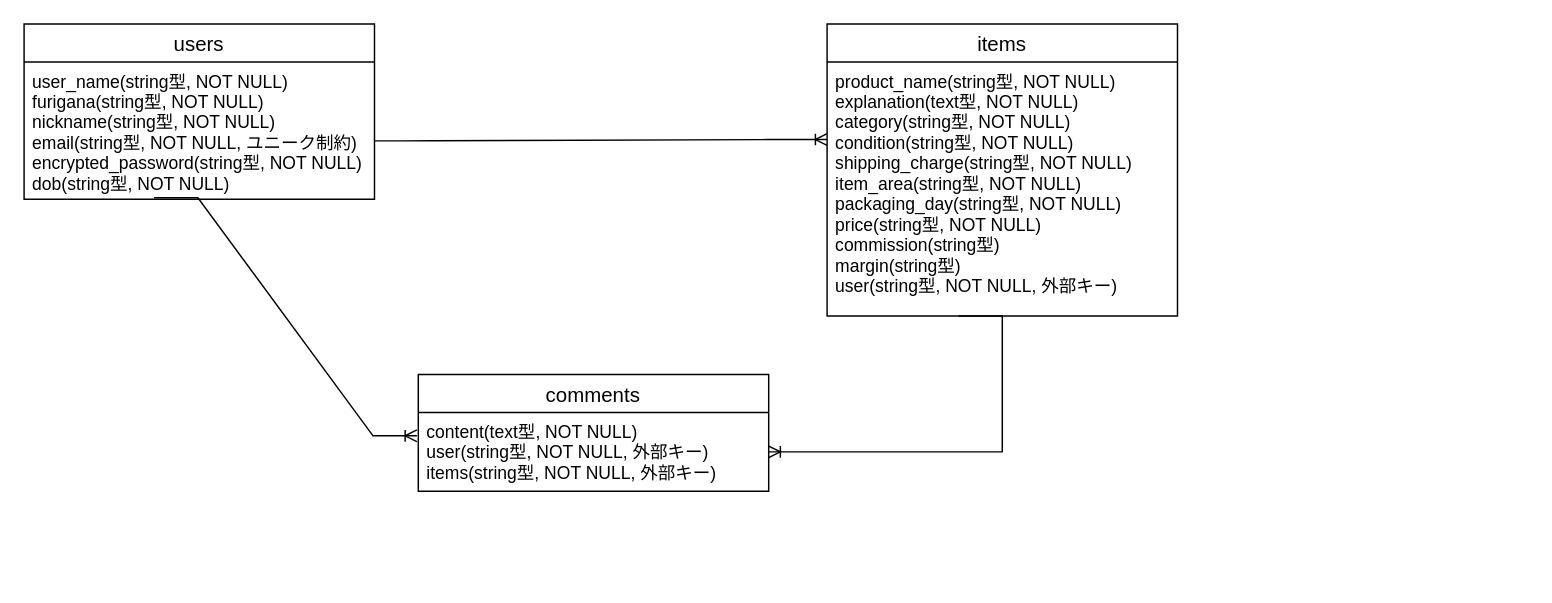
This is ER.dio from taaa0905/furima-37357, a draw.io file, before an edit. Source tidied: cells renumbered, new cells numbered last; positions are measured from the earlier drawing's top-left corner, leaving out a move shared by most shapes. Both pictures are drawn from the tidied source at 146%, with x=0, y=0 at pixel (23, 23).
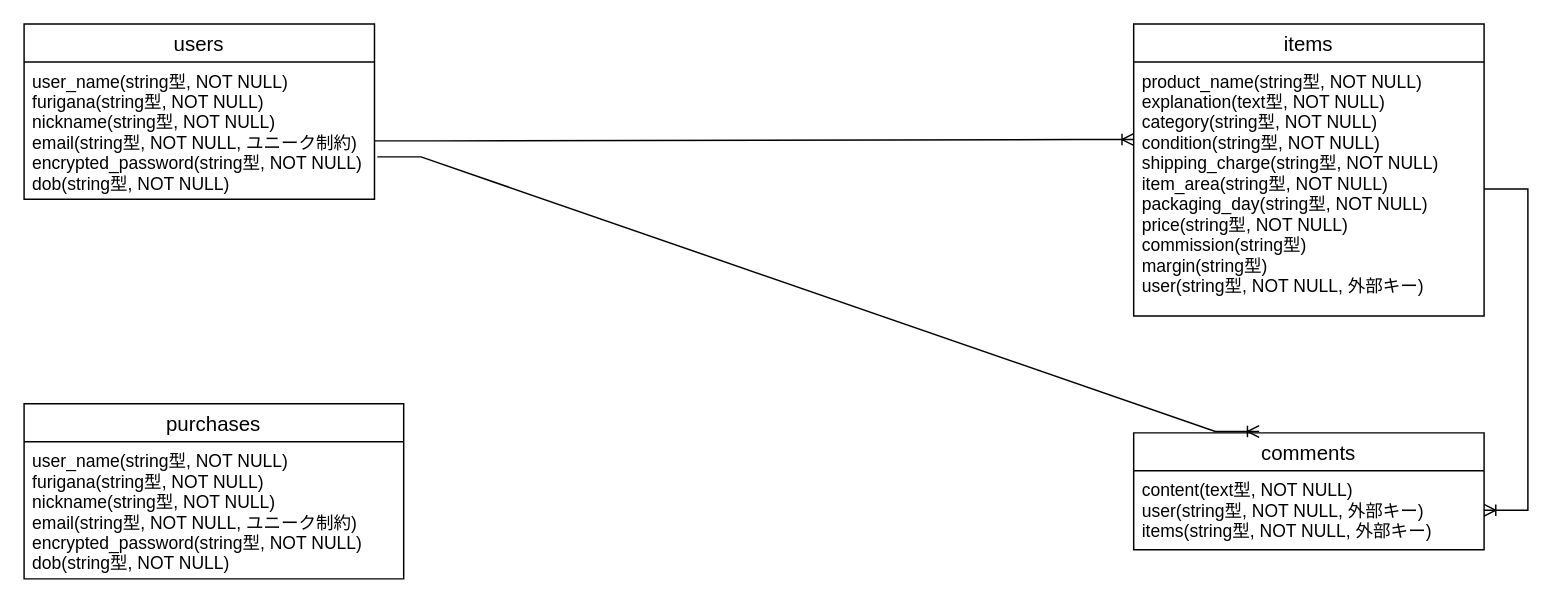
After the change.

Commit message (it also covers changes not shown here):
readmeに商品管理、住所テーブルを追加

The edit, as a diff of the source:
```diff
@@
 <mxGraphModel>
   <root>
     <mxCell id="0" />
     <mxCell id="1" parent="0" />
     <mxCell id="2" value="users" style="swimlane;fontStyle=0;horizontal=1;startSize=26;align=center;fontSize=14;" parent="1" vertex="1">
       <mxGeometry width="240" height="120" as="geometry" />
     </mxCell>
     <mxCell id="3" value="user_name(string型, NOT NULL)&#10;furigana(string型, NOT NULL)&#10;nickname(string型, NOT NULL)&#10;email(string型, NOT NULL, ユニーク制約)&#10;encrypted_password(string型, NOT NULL)&#10;dob(string型, NOT NULL)" style="text;strokeColor=none;fillColor=none;spacingLeft=4;spacingRight=4;overflow=hidden;points=[[0,0.5],[1,0.5]];portConstraint=eastwest;fontSize=12;" parent="2" vertex="1">
       <mxGeometry y="26" width="240" height="94" as="geometry" />
     </mxCell>
     <mxCell id="4" value="items" style="swimlane;fontStyle=0;horizontal=1;startSize=26;align=center;fontSize=14;" parent="1" vertex="1">
-      <mxGeometry x="550" width="240" height="200" as="geometry" />
+      <mxGeometry x="760" width="240" height="200" as="geometry" />
     </mxCell>
     <mxCell id="5" value="product_name(string型, NOT NULL)&#10;explanation(text型, NOT NULL)&#10;category(string型, NOT NULL)&#10;condition(string型, NOT NULL)&#10;shipping_charge(string型, NOT NULL)&#10;item_area(string型, NOT NULL)&#10;packaging_day(string型, NOT NULL)&#10;price(string型, NOT NULL)&#10;commission(string型)&#10;margin(string型)&#10;user(string型, NOT NULL, 外部キー)&#10;&#10;" style="text;strokeColor=none;fillColor=none;spacingLeft=4;spacingRight=4;overflow=hidden;points=[[0,0.5],[1,0.5]];portConstraint=eastwest;fontSize=12;" parent="4" vertex="1">
       <mxGeometry y="26" width="240" height="174" as="geometry" />
     </mxCell>
     <mxCell id="6" value="comments" style="swimlane;fontStyle=0;horizontal=1;startSize=26;align=center;fontSize=14;" parent="1" vertex="1">
-      <mxGeometry x="270" y="240" width="240" height="80" as="geometry" />
+      <mxGeometry x="760" y="280" width="240" height="80" as="geometry" />
     </mxCell>
     <mxCell id="7" value="content(text型, NOT NULL)&#10;user(string型, NOT NULL, 外部キー)&#10;items(string型, NOT NULL, 外部キー)" style="text;strokeColor=none;fillColor=none;spacingLeft=4;spacingRight=4;overflow=hidden;points=[[0,0.5],[1,0.5]];portConstraint=eastwest;fontSize=12;" parent="6" vertex="1">
       <mxGeometry y="26" width="240" height="54" as="geometry" />
     </mxCell>
     <mxCell id="8" style="edgeStyle=entityRelationEdgeStyle;fontSize=12;html=1;endArrow=ERoneToMany;entryX=0;entryY=0.305;entryDx=0;entryDy=0;entryPerimeter=0;" parent="1" edge="1" target="5">
       <mxGeometry relative="1" as="geometry">
         <mxPoint x="240" y="80" as="sourcePoint" />
       </mxGeometry>
     </mxCell>
-    <mxCell id="9" style="edgeStyle=entityRelationEdgeStyle;fontSize=12;html=1;endArrow=ERoneToMany;exitX=0.371;exitY=0.989;exitDx=0;exitDy=0;exitPerimeter=0;rounded=0;" parent="1" edge="1" source="3">
-      <mxGeometry relative="1" as="geometry">
-        <mxPoint x="269" y="282" as="targetPoint" />
-      </mxGeometry>
+    <mxCell id="9" style="edgeStyle=entityRelationEdgeStyle;fontSize=12;html=1;endArrow=ERoneToMany;rounded=0;entryX=0.358;entryY=-0.012;entryDx=0;entryDy=0;entryPerimeter=0;exitX=1.008;exitY=0.691;exitDx=0;exitDy=0;exitPerimeter=0;" parent="1" edge="1" source="3" target="6">
+      <mxGeometry relative="1" as="geometry" />
     </mxCell>
-    <mxCell id="10" style="edgeStyle=entityRelationEdgeStyle;fontSize=12;html=1;endArrow=ERoneToMany;rounded=0;" parent="1" edge="1" target="7">
-      <mxGeometry relative="1" as="geometry">
-        <mxPoint x="640" y="200" as="sourcePoint" />
-      </mxGeometry>
+    <mxCell id="10" style="edgeStyle=entityRelationEdgeStyle;fontSize=12;html=1;endArrow=ERoneToMany;rounded=0;" parent="1" edge="1" source="5" target="7">
+      <mxGeometry relative="1" as="geometry" />
     </mxCell>
+    <mxCell id="11" value="purchases" style="swimlane;fontStyle=0;horizontal=1;startSize=26;align=center;fontSize=14;" parent="1" vertex="1">
+      <mxGeometry y="260" width="260" height="120" as="geometry" />
+    </mxCell>
+    <mxCell id="12" value="user_name(string型, NOT NULL)&#10;furigana(string型, NOT NULL)&#10;nickname(string型, NOT NULL)&#10;email(string型, NOT NULL, ユニーク制約)&#10;encrypted_password(string型, NOT NULL)&#10;dob(string型, NOT NULL)" style="text;strokeColor=none;fillColor=none;spacingLeft=4;spacingRight=4;overflow=hidden;fontSize=12;" parent="11" vertex="1">
+      <mxGeometry y="26" width="260" height="94" as="geometry" />
+    </mxCell>
   </root>
 </mxGraphModel>
```
